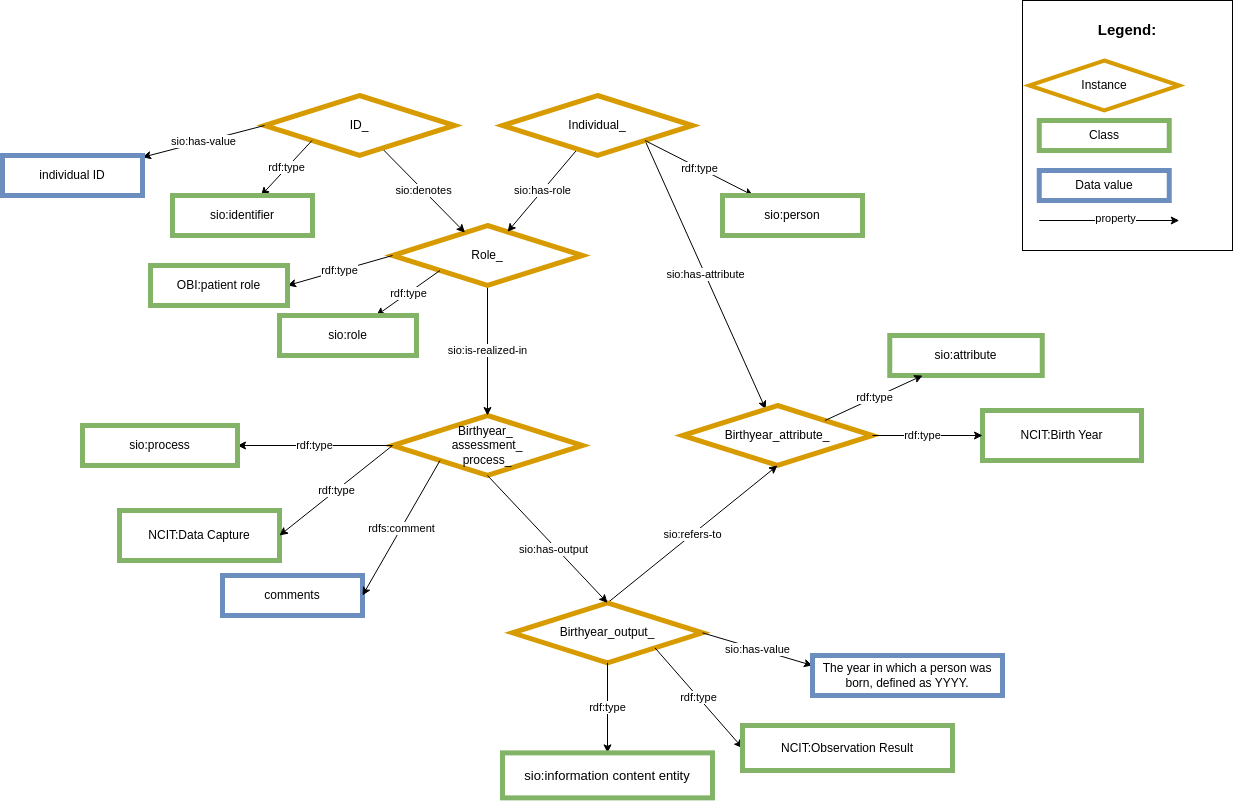
Above: images/CARE-SM-Birthyear.png in CARE-SM/CARE-Semantic-Model (draw.io), before the change. Source tidied: cells renumbered, new cells last; positions are measured from the earlier drawing's top-left corner, leaving out a move shared by most shapes. Its diagram source:
```xml
<mxGraphModel>
  <root>
    <mxCell id="0" />
    <mxCell id="1" parent="0" />
    <mxCell id="2" value="Birthyear_&amp;nbsp;&lt;br&gt;assessment_&lt;br&gt;process_" style="rhombus;whiteSpace=wrap;html=1;fillColor=#FFFFFF;strokeColor=#d79b00;strokeWidth=5;" parent="1" vertex="1">
      <mxGeometry x="390" y="415" width="190" height="60" as="geometry" />
    </mxCell>
    <mxCell id="3" value="&lt;span style=&quot;color: rgb(0, 0, 0); font-family: Helvetica; font-size: 11px; font-style: normal; font-variant-ligatures: normal; font-variant-caps: normal; font-weight: 400; letter-spacing: normal; orphans: 2; text-align: center; text-indent: 0px; text-transform: none; widows: 2; word-spacing: 0px; -webkit-text-stroke-width: 0px; background-color: rgb(255, 255, 255); text-decoration-thickness: initial; text-decoration-style: initial; text-decoration-color: initial; float: none; display: inline !important;&quot;&gt;sio:is-realized-in&lt;/span&gt;" style="rounded=0;jettySize=auto;html=1;exitX=0.5;exitY=1;exitDx=0;exitDy=0;entryX=0.5;entryY=0;entryDx=0;entryDy=0;" parent="1" edge="1" source="7" target="2">
      <mxGeometry relative="1" as="geometry" />
    </mxCell>
    <mxCell id="4" value="rdf:type" style="edgeStyle=none;rounded=0;jettySize=auto;html=1;exitX=0;exitY=0.5;exitDx=0;exitDy=0;" parent="1" edge="1" source="2" target="5">
      <mxGeometry relative="1" as="geometry" />
    </mxCell>
    <mxCell id="5" value="sio:process" style="whiteSpace=wrap;html=1;fillColor=#FFFFFF;strokeColor=#82b366;strokeWidth=5;" parent="1" vertex="1">
      <mxGeometry x="80" y="425" width="155" height="40" as="geometry" />
    </mxCell>
    <mxCell id="6" value="sio:has-attribute" style="rounded=0;jettySize=auto;html=1;exitX=1;exitY=1;exitDx=0;exitDy=0;" parent="1" edge="1" source="11" target="12">
      <mxGeometry relative="1" as="geometry" />
    </mxCell>
    <mxCell id="7" value="Role_" style="rhombus;whiteSpace=wrap;html=1;fillColor=#FFFFFF;strokeColor=#d79b00;strokeWidth=5;" parent="1" vertex="1">
      <mxGeometry x="390" y="225" width="190" height="60" as="geometry" />
    </mxCell>
    <mxCell id="8" value="sio:denotes" style="edgeStyle=none;rounded=0;jettySize=auto;html=1;" parent="1" edge="1" source="9" target="7">
      <mxGeometry relative="1" as="geometry" />
    </mxCell>
    <mxCell id="9" value="ID_" style="rhombus;whiteSpace=wrap;html=1;fillColor=#FFFFFF;strokeColor=#d79b00;strokeWidth=5;" parent="1" vertex="1">
      <mxGeometry x="262" y="95" width="190" height="60" as="geometry" />
    </mxCell>
    <mxCell id="10" value="sio:has-role" style="edgeStyle=none;rounded=0;jettySize=auto;html=1;" parent="1" edge="1" source="11" target="7">
      <mxGeometry relative="1" as="geometry" />
    </mxCell>
    <mxCell id="11" value="Individual_" style="rhombus;whiteSpace=wrap;html=1;fillColor=#FFFFFF;strokeColor=#d79b00;strokeWidth=5;" parent="1" vertex="1">
      <mxGeometry x="500" y="95" width="190" height="60" as="geometry" />
    </mxCell>
    <mxCell id="12" value="Birthyear_attribute_" style="rhombus;whiteSpace=wrap;html=1;fillColor=#FFFFFF;strokeColor=#d79b00;strokeWidth=5;" parent="1" vertex="1">
      <mxGeometry x="680" y="405" width="190" height="60" as="geometry" />
    </mxCell>
    <mxCell id="13" value="sio:attribute" style="whiteSpace=wrap;html=1;fillColor=#FFFFFF;strokeColor=#82b366;strokeWidth=5;" parent="1" vertex="1">
      <mxGeometry x="887.2" y="335" width="152.5" height="40" as="geometry" />
    </mxCell>
    <mxCell id="14" value="rdf:type" style="edgeStyle=none;rounded=0;jettySize=auto;html=1;exitX=0;exitY=1;exitDx=0;exitDy=0;" parent="1" edge="1" source="7" target="15">
      <mxGeometry relative="1" as="geometry" />
    </mxCell>
    <mxCell id="15" value="sio:role" style="whiteSpace=wrap;html=1;fillColor=#FFFFFF;strokeColor=#82b366;strokeWidth=5;" parent="1" vertex="1">
      <mxGeometry x="277" y="315" width="137" height="40" as="geometry" />
    </mxCell>
    <mxCell id="16" value="rdf:type" style="edgeStyle=none;rounded=0;jettySize=auto;html=1;exitX=0;exitY=1;exitDx=0;exitDy=0;" parent="1" edge="1" source="9" target="17">
      <mxGeometry relative="1" as="geometry" />
    </mxCell>
    <mxCell id="17" value="sio:identifier" style="whiteSpace=wrap;html=1;fillColor=#FFFFFF;strokeColor=#82b366;strokeWidth=5;" parent="1" vertex="1">
      <mxGeometry x="170" y="195" width="140" height="40" as="geometry" />
    </mxCell>
    <mxCell id="18" value="rdf:type" style="edgeStyle=none;rounded=0;jettySize=auto;html=1;exitX=1;exitY=1;exitDx=0;exitDy=0;" parent="1" edge="1" source="11" target="19">
      <mxGeometry relative="1" as="geometry" />
    </mxCell>
    <mxCell id="19" value="sio:person" style="whiteSpace=wrap;html=1;fillColor=#FFFFFF;strokeColor=#82b366;strokeWidth=5;" parent="1" vertex="1">
      <mxGeometry x="720" y="195" width="140" height="40" as="geometry" />
    </mxCell>
    <mxCell id="20" value="sio:has-value" style="rounded=0;jettySize=auto;html=1;exitX=0;exitY=0.5;exitDx=0;exitDy=0;" parent="1" edge="1" source="9" target="21">
      <mxGeometry relative="1" as="geometry" />
    </mxCell>
    <mxCell id="21" value="individual ID" style="whiteSpace=wrap;html=1;fillColor=#FFFFFF;strokeColor=#6c8ebf;strokeWidth=5;" parent="1" vertex="1">
      <mxGeometry y="155" width="140" height="40" as="geometry" />
    </mxCell>
    <mxCell id="22" value="rdf:type" style="edgeStyle=none;rounded=0;jettySize=auto;html=1;exitX=0;exitY=0.5;exitDx=0;exitDy=0;entryX=1;entryY=0.5;entryDx=0;entryDy=0;" parent="1" edge="1" source="7" target="23">
      <mxGeometry relative="1" as="geometry" />
    </mxCell>
    <mxCell id="23" value="OBI:patient role" style="whiteSpace=wrap;html=1;fillColor=#FFFFFF;strokeColor=#82b366;strokeWidth=5;" parent="1" vertex="1">
      <mxGeometry x="148" y="265" width="137" height="40" as="geometry" />
    </mxCell>
    <mxCell id="24" value="NCIT:Data Capture" style="whiteSpace=wrap;html=1;fillColor=#FFFFFF;strokeColor=#82b366;strokeWidth=5;" parent="1" vertex="1">
      <mxGeometry x="117" y="510" width="160" height="50" as="geometry" />
    </mxCell>
    <mxCell id="25" value="comments" style="whiteSpace=wrap;html=1;fillColor=#FFFFFF;strokeColor=#6c8ebf;strokeWidth=5;" parent="1" vertex="1">
      <mxGeometry x="220" y="575" width="140" height="40" as="geometry" />
    </mxCell>
    <mxCell id="26" value="sio:refers-to" style="edgeStyle=none;rounded=0;jettySize=auto;html=1;entryX=0.5;entryY=1;entryDx=0;entryDy=0;exitX=0.5;exitY=0;exitDx=0;exitDy=0;" parent="1" edge="1" source="27">
      <mxGeometry relative="1" as="geometry">
        <mxPoint x="775" y="465" as="targetPoint" />
      </mxGeometry>
    </mxCell>
    <mxCell id="27" value="Birthyear_output_" style="rhombus;whiteSpace=wrap;html=1;fillColor=#FFFFFF;strokeColor=#d79b00;strokeWidth=5;" parent="1" vertex="1">
      <mxGeometry x="510" y="602.4" width="190" height="60" as="geometry" />
    </mxCell>
    <mxCell id="28" style="edgeStyle=none;rounded=0;jettySize=auto;html=1;exitX=0.5;exitY=1;exitDx=0;exitDy=0;entryX=0.5;entryY=0;entryDx=0;entryDy=0;" parent="1" edge="1" target="27">
      <mxGeometry relative="1" as="geometry">
        <mxPoint x="485" y="475" as="sourcePoint" />
      </mxGeometry>
    </mxCell>
    <mxCell id="29" value="&lt;span style=&quot;color: rgb(0, 0, 0); font-family: Helvetica; font-size: 11px; font-style: normal; font-variant-ligatures: normal; font-variant-caps: normal; font-weight: 400; letter-spacing: normal; orphans: 2; text-align: center; text-indent: 0px; text-transform: none; widows: 2; word-spacing: 0px; -webkit-text-stroke-width: 0px; background-color: rgb(255, 255, 255); text-decoration-thickness: initial; text-decoration-style: initial; text-decoration-color: initial; float: none; display: inline !important;&quot;&gt;sio:has-output&lt;/span&gt;" style="edgeLabel;html=1;align=center;verticalAlign=middle;" parent="28" vertex="1">
      <mxGeometry x="-0.21" y="-1" relative="1" as="geometry">
        <mxPoint x="18" y="22" as="offset" />
      </mxGeometry>
    </mxCell>
    <mxCell id="30" value="rdf:type" style="edgeStyle=none;rounded=0;jettySize=auto;html=1;exitX=0.5;exitY=1;exitDx=0;exitDy=0;" parent="1" edge="1" source="27" target="31">
      <mxGeometry relative="1" as="geometry" />
    </mxCell>
    <mxCell id="31" value="&lt;font size=&quot;2&quot;&gt;sio:information content entity&lt;/font&gt;" style="whiteSpace=wrap;html=1;fillColor=#FFFFFF;strokeColor=#82b366;strokeWidth=5;" parent="1" vertex="1">
      <mxGeometry x="500" y="752.4" width="210" height="45" as="geometry" />
    </mxCell>
    <mxCell id="32" value="sio:has-value" style="rounded=0;jettySize=auto;html=1;exitX=1;exitY=0.5;exitDx=0;exitDy=0;entryX=0;entryY=0.25;entryDx=0;entryDy=0;" parent="1" edge="1" source="27" target="33">
      <mxGeometry relative="1" as="geometry" />
    </mxCell>
    <mxCell id="33" value="&lt;div&gt;The year in which a person was born, defined as YYYY.&lt;/div&gt;" style="whiteSpace=wrap;html=1;fillColor=#FFFFFF;strokeColor=#6c8ebf;strokeWidth=5;" parent="1" vertex="1">
      <mxGeometry x="810" y="655" width="190" height="40" as="geometry" />
    </mxCell>
    <mxCell id="34" value="rdf:type" style="edgeStyle=none;rounded=0;jettySize=auto;html=1;exitX=1;exitY=1;exitDx=0;exitDy=0;entryX=0;entryY=0.5;entryDx=0;entryDy=0;" parent="1" edge="1" source="27" target="35">
      <mxGeometry relative="1" as="geometry" />
    </mxCell>
    <mxCell id="35" value="NCIT:Observation Result" style="whiteSpace=wrap;html=1;fillColor=#FFFFFF;strokeColor=#82b366;strokeWidth=5;" parent="1" vertex="1">
      <mxGeometry x="740" y="725" width="210" height="45" as="geometry" />
    </mxCell>
    <mxCell id="36" value="NCIT:Birth Year&lt;span style=&quot;background-color: initial;&quot;&gt;&lt;br&gt;&lt;/span&gt;" style="whiteSpace=wrap;html=1;fillColor=#FFFFFF;strokeColor=#82b366;strokeWidth=5;" parent="1" vertex="1">
      <mxGeometry x="980" y="410" width="159" height="50" as="geometry" />
    </mxCell>
    <mxCell id="37" value="rdf:type" style="edgeStyle=none;rounded=0;jettySize=auto;html=1;exitX=1;exitY=0.5;exitDx=0;exitDy=0;entryX=0;entryY=0.5;entryDx=0;entryDy=0;" parent="1" edge="1" target="36">
      <mxGeometry x="-0.09" relative="1" as="geometry">
        <mxPoint x="870" y="435" as="sourcePoint" />
      </mxGeometry>
    </mxCell>
    <mxCell id="38" value="&lt;div style=&quot;text-align: left; font-size: 15px;&quot;&gt;&lt;span style=&quot;background-color: initial;&quot;&gt;&lt;b style=&quot;&quot;&gt;&lt;font style=&quot;font-size: 15px;&quot;&gt;Legend:&lt;/font&gt;&lt;/b&gt;&lt;/span&gt;&lt;/div&gt;&lt;div style=&quot;text-align: left; font-size: 15px;&quot;&gt;&lt;span style=&quot;background-color: initial;&quot;&gt;&lt;br&gt;&lt;/span&gt;&lt;/div&gt;&lt;div style=&quot;text-align: left;&quot;&gt;&lt;span style=&quot;background-color: initial;&quot;&gt;&lt;br&gt;&lt;/span&gt;&lt;/div&gt;&lt;div style=&quot;text-align: left;&quot;&gt;&lt;span style=&quot;background-color: initial;&quot;&gt;&lt;br&gt;&lt;/span&gt;&lt;/div&gt;&lt;div style=&quot;text-align: left;&quot;&gt;&lt;br&gt;&lt;/div&gt;&lt;div style=&quot;text-align: left;&quot;&gt;&lt;br&gt;&lt;/div&gt;&lt;div style=&quot;text-align: left;&quot;&gt;&lt;br&gt;&lt;/div&gt;&lt;div style=&quot;text-align: left;&quot;&gt;&lt;br&gt;&lt;/div&gt;&lt;div style=&quot;text-align: left;&quot;&gt;&lt;br&gt;&lt;/div&gt;&lt;div style=&quot;text-align: left;&quot;&gt;&lt;span style=&quot;background-color: initial;&quot;&gt;&lt;br&gt;&lt;/span&gt;&lt;/div&gt;&lt;div style=&quot;text-align: left;&quot;&gt;&lt;span style=&quot;background-color: initial;&quot;&gt;&lt;br&gt;&lt;/span&gt;&lt;/div&gt;&lt;div style=&quot;text-align: left;&quot;&gt;&lt;span style=&quot;background-color: initial;&quot;&gt;&lt;br&gt;&lt;/span&gt;&lt;/div&gt;&lt;div style=&quot;text-align: left;&quot;&gt;&lt;span style=&quot;background-color: initial;&quot;&gt;&lt;br&gt;&lt;/span&gt;&lt;/div&gt;&lt;div style=&quot;text-align: left;&quot;&gt;&lt;span style=&quot;background-color: initial;&quot;&gt;&lt;br&gt;&lt;/span&gt;&lt;/div&gt;" style="rounded=0;whiteSpace=wrap;html=1;" parent="1" vertex="1">
      <mxGeometry x="1020" width="210" height="250" as="geometry" />
    </mxCell>
    <mxCell id="39" value="Class" style="whiteSpace=wrap;html=1;fillColor=#FFFFFF;strokeColor=#82b366;strokeWidth=5;" parent="1" vertex="1">
      <mxGeometry x="1036.8" y="120" width="130" height="30" as="geometry" />
    </mxCell>
    <mxCell id="40" value="Instance" style="rhombus;whiteSpace=wrap;html=1;fillColor=#FFFFFF;strokeColor=#D79B00;rotation=0;perimeter=rhombusPerimeter;arcSize=20;comic=0;enumerate=0;strokeWidth=4;rounded=0;" parent="1" vertex="1">
      <mxGeometry x="1026.8" y="60" width="150" height="50" as="geometry" />
    </mxCell>
    <mxCell id="41" value="Data value" style="whiteSpace=wrap;html=1;fillColor=#FFFFFF;strokeColor=#6c8ebf;strokeWidth=5;" parent="1" vertex="1">
      <mxGeometry x="1036.8" y="170" width="130" height="30" as="geometry" />
    </mxCell>
    <mxCell id="42" value="property" style="rounded=0;orthogonalLoop=1;jettySize=auto;html=1;exitX=1;exitY=1;exitDx=0;exitDy=0;" parent="1" edge="1">
      <mxGeometry x="0.09" y="2" relative="1" as="geometry">
        <mxPoint x="1036.8" y="220" as="sourcePoint" />
        <mxPoint x="1176.8" y="220" as="targetPoint" />
      </mxGeometry>
    </mxCell>
    <mxCell id="43" value="rdf:type" style="edgeStyle=none;rounded=0;jettySize=auto;html=1;exitX=0;exitY=0.5;exitDx=0;exitDy=0;entryX=1;entryY=0.5;entryDx=0;entryDy=0;" parent="1" edge="1" source="2" target="24">
      <mxGeometry relative="1" as="geometry" />
    </mxCell>
    <mxCell id="44" value="rdfs:comment" style="rounded=0;jettySize=auto;html=1;exitX=0;exitY=1;exitDx=0;exitDy=0;entryX=1;entryY=0.5;entryDx=0;entryDy=0;" parent="1" edge="1" source="2" target="25">
      <mxGeometry relative="1" as="geometry" />
    </mxCell>
    <mxCell id="45" value="rdf:type" style="edgeStyle=none;rounded=0;jettySize=auto;html=1;exitX=1;exitY=0;exitDx=0;exitDy=0;" parent="1" edge="1" source="12" target="13">
      <mxGeometry relative="1" as="geometry" />
    </mxCell>
  </root>
</mxGraphModel>
```
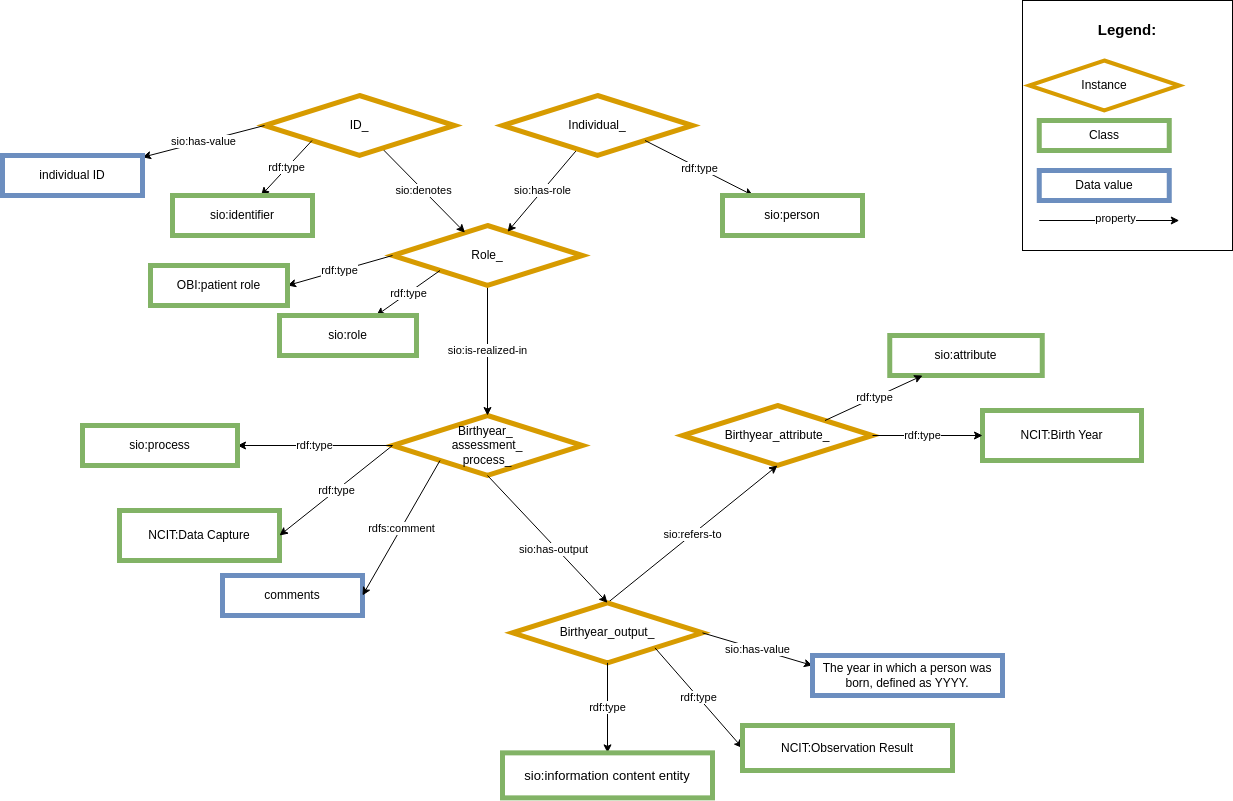
Later version of the same file.

The edit, as a diff of the source:
```diff
@@ -14,9 +14,6 @@
     <mxCell id="5" value="sio:process" style="whiteSpace=wrap;html=1;fillColor=#FFFFFF;strokeColor=#82b366;strokeWidth=5;" parent="1" vertex="1">
       <mxGeometry x="80" y="425" width="155" height="40" as="geometry" />
     </mxCell>
-    <mxCell id="6" value="sio:has-attribute" style="rounded=0;jettySize=auto;html=1;exitX=1;exitY=1;exitDx=0;exitDy=0;" parent="1" edge="1" source="11" target="12">
-      <mxGeometry relative="1" as="geometry" />
-    </mxCell>
     <mxCell id="7" value="Role_" style="rhombus;whiteSpace=wrap;html=1;fillColor=#FFFFFF;strokeColor=#d79b00;strokeWidth=5;" parent="1" vertex="1">
       <mxGeometry x="390" y="225" width="190" height="60" as="geometry" />
     </mxCell>
```
